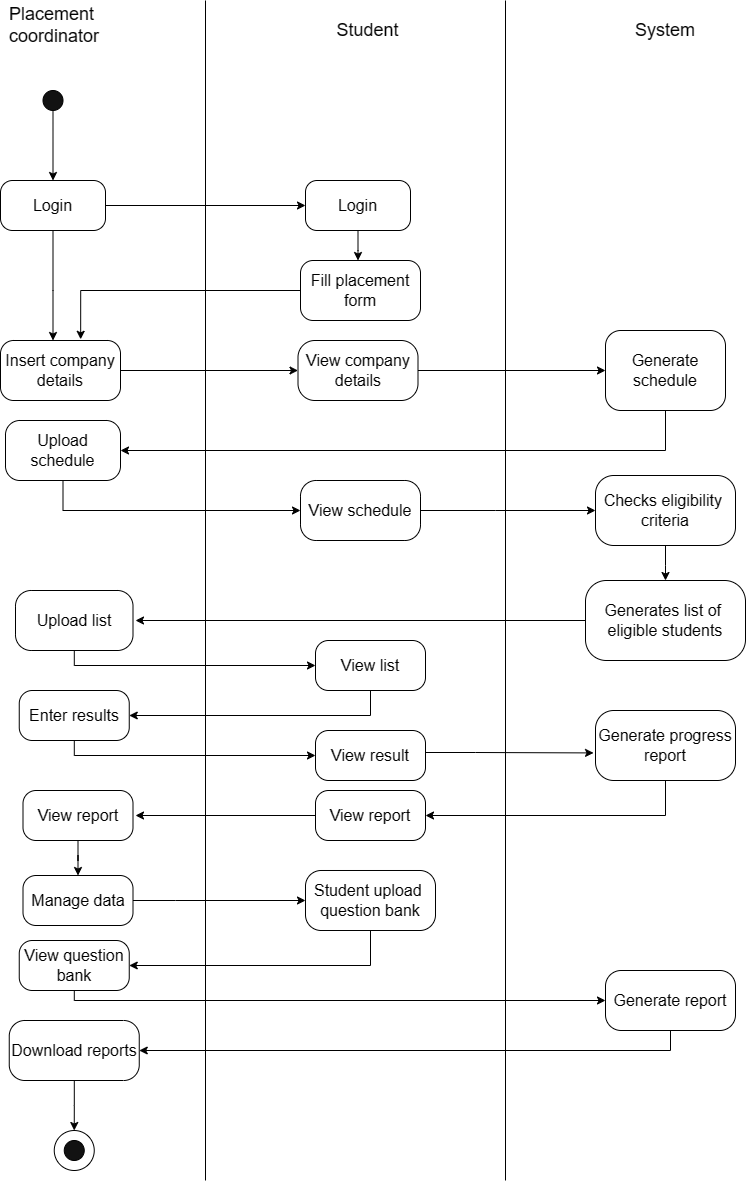
The draw.io diagram Activity_diagram.drawio.png in NSMakwana/Placement-Assistant, before a commit. Source tidied: cells renumbered, new cells last; positions are measured from the earlier drawing's top-left corner, leaving out a move shared by most shapes.
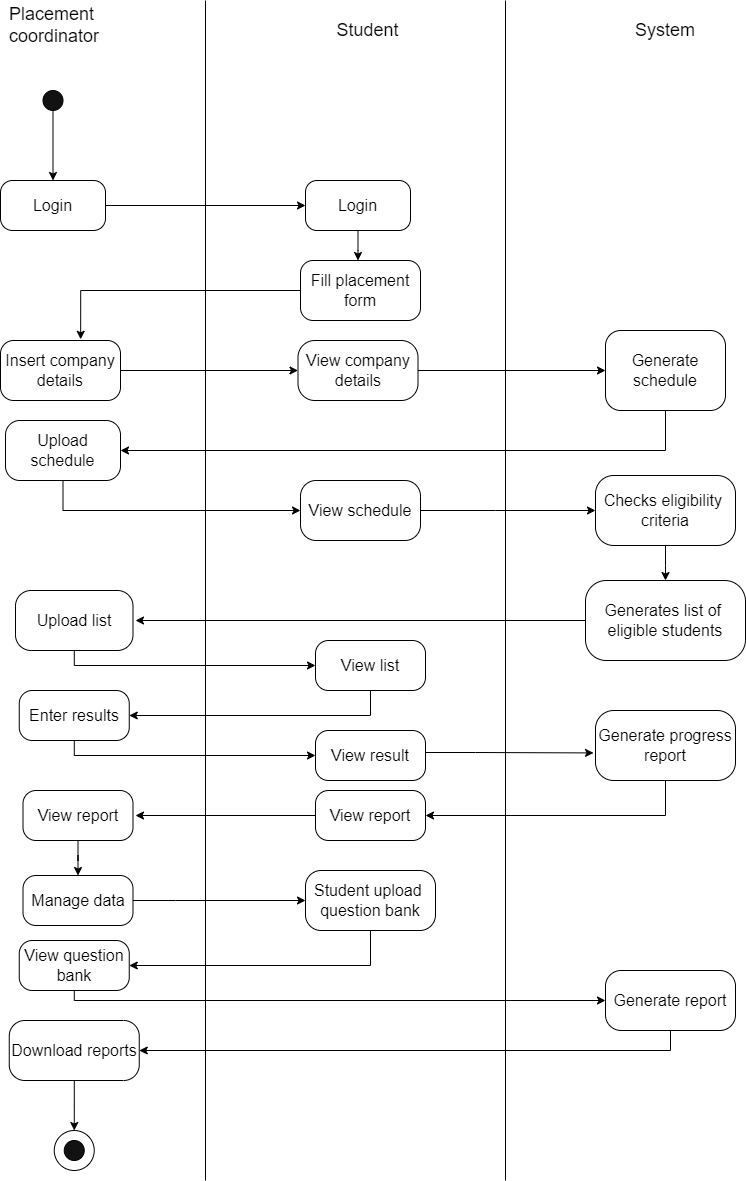
Later version of the same file.

Change to the diagram source:
```diff
@@ -20,15 +20,6 @@
     <mxCell id="6" style="edgeStyle=orthogonalEdgeStyle;rounded=0;jettySize=auto;html=1;entryX=0;entryY=0.5;entryDx=0;entryDy=0;" parent="1" edge="1" source="8" target="10">
       <mxGeometry relative="1" as="geometry" />
     </mxCell>
-    <mxCell id="7" style="edgeStyle=orthogonalEdgeStyle;rounded=0;jettySize=auto;html=1;" parent="1" edge="1" source="8">
-      <mxGeometry relative="1" as="geometry">
-        <mxPoint x="52.5" y="340" as="targetPoint" />
-        <Array as="points">
-          <mxPoint x="53" y="290" />
-          <mxPoint x="53" y="290" />
-        </Array>
-      </mxGeometry>
-    </mxCell>
     <mxCell id="8" value="&lt;span style=&quot;font-size: medium;&quot;&gt;Login&lt;/span&gt;" style="rounded=1;whiteSpace=wrap;html=1;arcSize=24;" parent="1" vertex="1">
       <mxGeometry y="180" width="105" height="50" as="geometry" />
     </mxCell>
```
